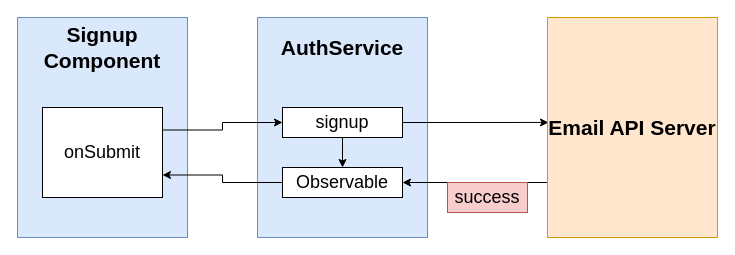
StephenGrider/ng-casts keeps this draw.io diagram as page "14 - auth" (14 of 20) of diagrams/auth/diagrams.drawio. Above is the earlier version. Source tidied: cells renumbered, new cells numbered last; positions are measured from the earlier drawing's top-left corner, leaving out a move shared by most shapes. Both pictures are drawn from the tidied source at 100%, with x=0, y=0 at pixel (17, 17).
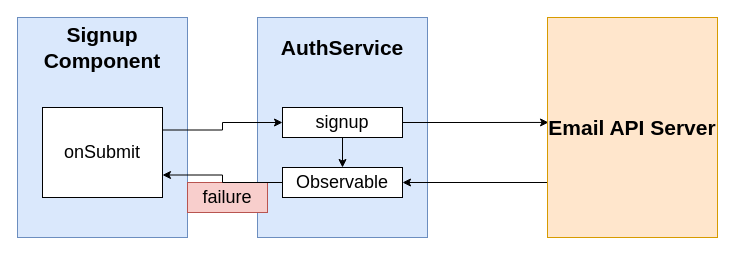
After the change.

Diff of the diagram source:
```diff
@@
 <mxGraphModel>
   <root>
     <mxCell id="0" />
     <mxCell id="1" parent="0" />
     <mxCell id="2" style="rounded=0;whiteSpace=wrap;html=1;fontSize=21;align=center;fillColor=#dae8fc;strokeColor=#6c8ebf;fontStyle=1;" parent="1" vertex="1">
       <mxGeometry x="240" width="170" height="220" as="geometry" />
     </mxCell>
     <mxCell id="3" style="rounded=0;whiteSpace=wrap;html=1;fontSize=21;align=center;fillColor=#dae8fc;strokeColor=#6c8ebf;fontStyle=1;" parent="1" vertex="1">
       <mxGeometry width="170" height="220" as="geometry" />
     </mxCell>
     <mxCell id="4" style="edgeStyle=orthogonalEdgeStyle;rounded=0;jettySize=auto;html=1;exitX=1;exitY=0.25;exitDx=0;exitDy=0;entryX=0;entryY=0.5;entryDx=0;entryDy=0;fontSize=18;" parent="1" edge="1" source="5" target="8">
       <mxGeometry relative="1" as="geometry" />
     </mxCell>
     <mxCell id="5" value="onSubmit" style="rounded=0;whiteSpace=wrap;html=1;fontSize=18;align=center;" parent="1" vertex="1">
       <mxGeometry x="25" y="90" width="120" height="90" as="geometry" />
     </mxCell>
     <mxCell id="6" style="edgeStyle=orthogonalEdgeStyle;rounded=0;jettySize=auto;html=1;exitX=1;exitY=0.5;exitDx=0;exitDy=0;entryX=0.006;entryY=0.477;entryDx=0;entryDy=0;entryPerimeter=0;fontSize=18;" parent="1" edge="1" source="8" target="10">
       <mxGeometry relative="1" as="geometry" />
     </mxCell>
     <mxCell id="7" style="edgeStyle=orthogonalEdgeStyle;rounded=0;jettySize=auto;html=1;exitX=0.5;exitY=1;exitDx=0;exitDy=0;entryX=0.5;entryY=0;entryDx=0;entryDy=0;fontSize=18;" parent="1" edge="1" source="8" target="15">
       <mxGeometry relative="1" as="geometry" />
     </mxCell>
     <mxCell id="8" value="signup" style="rounded=0;whiteSpace=wrap;html=1;fontSize=18;align=center;" parent="1" vertex="1">
       <mxGeometry x="265" y="90" width="120" height="30" as="geometry" />
     </mxCell>
     <mxCell id="9" style="edgeStyle=orthogonalEdgeStyle;rounded=0;jettySize=auto;html=1;exitX=0;exitY=0.75;exitDx=0;exitDy=0;entryX=1;entryY=0.5;entryDx=0;entryDy=0;fontSize=18;" parent="1" edge="1" source="10" target="15">
       <mxGeometry relative="1" as="geometry" />
     </mxCell>
     <mxCell id="10" value="Email API Server" style="rounded=0;whiteSpace=wrap;html=1;fontSize=21;align=center;fillColor=#ffe6cc;strokeColor=#d79b00;fontStyle=1;" parent="1" vertex="1">
       <mxGeometry x="530" width="170" height="220" as="geometry" />
     </mxCell>
     <mxCell id="11" value="&lt;span style=&quot;font-size: 21px ; font-weight: 700&quot;&gt;Signup Component&lt;/span&gt;&lt;br style=&quot;font-size: 21px ; font-weight: 700&quot;&gt;" style="text;html=1;strokeColor=none;fillColor=none;align=center;verticalAlign=middle;whiteSpace=wrap;rounded=0;fontSize=18;" parent="1" vertex="1">
       <mxGeometry x="65" y="20" width="40" height="20" as="geometry" />
     </mxCell>
     <mxCell id="12" value="&lt;span style=&quot;font-size: 21px ; font-weight: 700&quot;&gt;AuthService&lt;/span&gt;&lt;br style=&quot;font-size: 21px ; font-weight: 700&quot;&gt;" style="text;html=1;strokeColor=none;fillColor=none;align=center;verticalAlign=middle;whiteSpace=wrap;rounded=0;fontSize=18;" parent="1" vertex="1">
       <mxGeometry x="305" y="20" width="40" height="20" as="geometry" />
     </mxCell>
-    <mxCell id="13" value="success" style="rounded=0;whiteSpace=wrap;html=1;fontSize=18;align=center;fillColor=#f8cecc;strokeColor=#b85450;" parent="1" vertex="1">
-      <mxGeometry x="430" y="165" width="80" height="30" as="geometry" />
+    <mxCell id="13" value="failure" style="rounded=0;whiteSpace=wrap;html=1;fontSize=18;align=center;fillColor=#f8cecc;strokeColor=#b85450;" parent="1" vertex="1">
+      <mxGeometry x="170" y="165" width="80" height="30" as="geometry" />
     </mxCell>
     <mxCell id="14" style="edgeStyle=orthogonalEdgeStyle;rounded=0;jettySize=auto;html=1;exitX=0;exitY=0.5;exitDx=0;exitDy=0;entryX=1;entryY=0.75;entryDx=0;entryDy=0;fontSize=18;" parent="1" edge="1" source="15" target="5">
       <mxGeometry relative="1" as="geometry" />
     </mxCell>
     <mxCell id="15" value="Observable" style="rounded=0;whiteSpace=wrap;html=1;fontSize=18;align=center;" parent="1" vertex="1">
       <mxGeometry x="265" y="150" width="120" height="30" as="geometry" />
     </mxCell>
   </root>
 </mxGraphModel>
```
